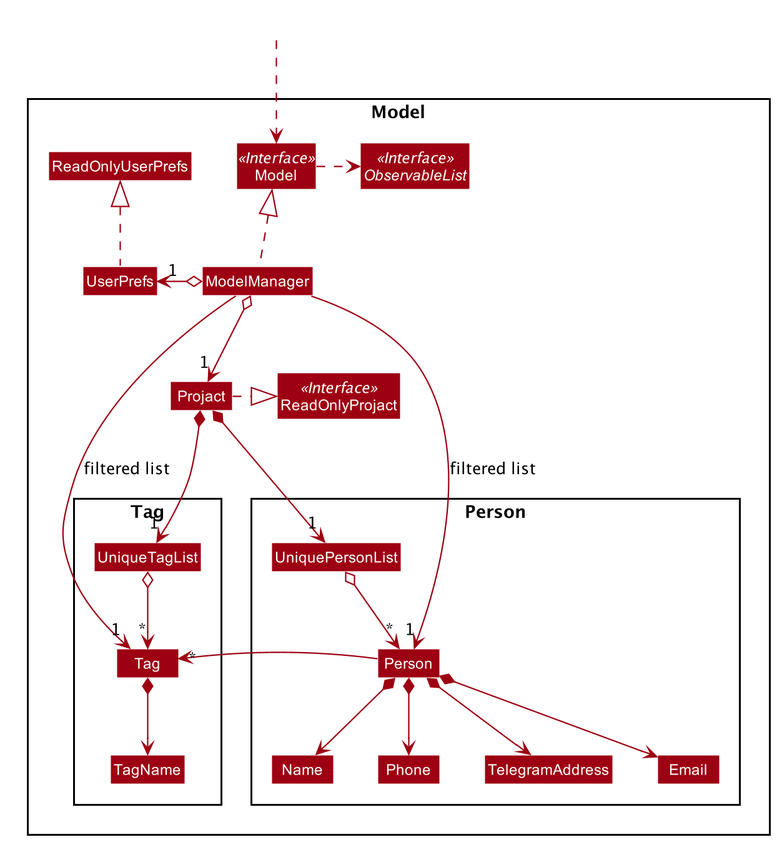
Earlier version of the PlantUML export docs/images/ModelClassDiagram.png (siqiang-ng/tp).
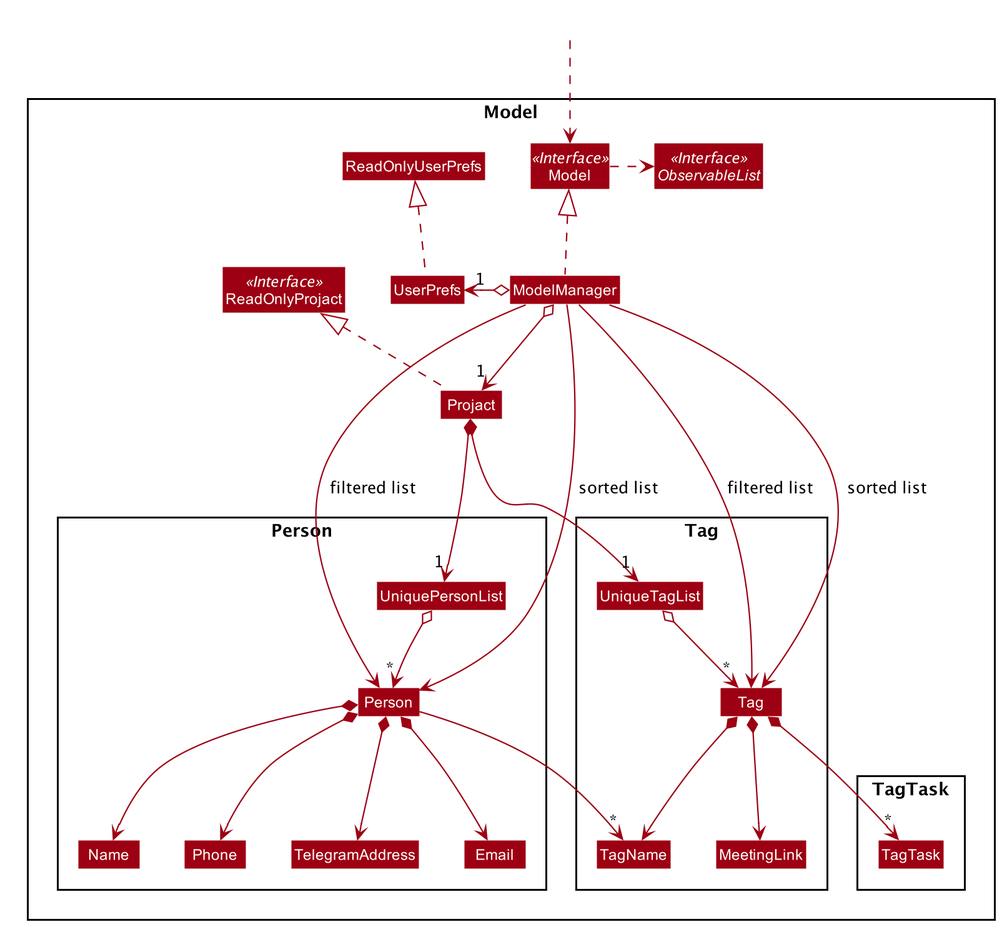
The same file after the commit.

Diff of the diagram source:
```diff
@@ -62,7 +62,7 @@
 Class UserPrefs
 Class ReadOnlyUserPrefs
 
-Package Person {
+Package Person\n {
 Class Person
 Class Email
 Class Name
@@ -71,17 +71,22 @@
 Class UniquePersonList
 }
 
-Package Tag {
+Package Tag\n {
 Class Tag
 Class TagName
+Class MeetingLink
 Class UniqueTagList
+}
+
+Package TagTask\n {
+Class TagTask
 }
 }
 
 Class HiddenOutside #FFFFFF
 HiddenOutside ..> Model
 
-Projact .right.|> ReadOnlyProjact
+Projact .up.|> ReadOnlyProjact
 
 ModelManager .up.|> Model
 Model .right.> ObservableList
@@ -95,7 +100,7 @@
 Person *--> Phone
 Person *--> Email
 Person *--> TelegramAddress
-Person --> "*" Tag
+Person --> "*" TagName
 
 Name -[hidden]right-> Phone
 Phone -[hidden]right-> TelegramAddress
@@ -104,9 +109,15 @@
 Projact *--> "1" UniqueTagList
 UniqueTagList o--> "*" Tag
 Tag *--> TagName
+Tag *--> MeetingLink
+Tag *--> "*" TagTask
 
-UniquePersonList -[hidden]left-> UniqueTagList
 
-ModelManager -->"1" Person : filtered list
-ModelManager -->"1" Tag : filtered list
+ModelManager --> Person : \n sorted list
+ModelManager --> Person : \nfiltered list\t
+
+ModelManager --> Tag : \n filtered list
+ModelManager --> Tag : \n  sorted list
+
+
 @enduml
```
